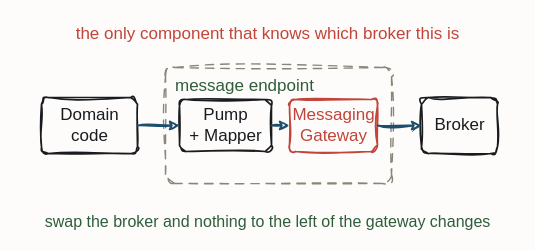
iancooper/practical-messaging keeps this draw.io diagram as resources/eip-messaging-gateway.drawio. Above is the earlier version. Source tidied: cells renumbered, new cells numbered last; positions are measured from the earlier drawing's top-left corner, leaving out a move shared by most shapes. Both pictures are drawn from the tidied source at 100%, with x=0, y=0 at pixel (41, 17).
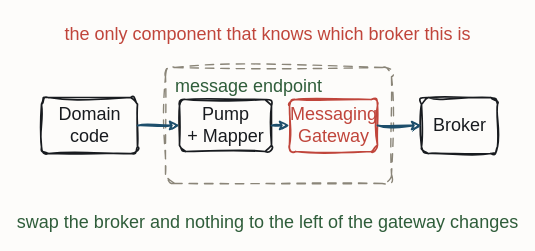
Above is the later version.

Diff of the diagram source:
```diff
@@
 <mxGraphModel background="#FDFCFA">
   <root>
     <mxCell id="0" />
     <mxCell id="1" parent="0" />
-    <mxCell id="2" value="message endpoint" style="sketch=1;hachureGap=4;jiggle=2;curveFitting=1;fontFamily=Caveat;html=1;rounded=1;arcSize=8;verticalAlign=top;align=left;spacingLeft=8;spacingTop=2;fillColor=none;strokeColor=#8A8578;strokeWidth=1.4;fontColor=#2F5D3A;fontSize=17;dashed=1;dashPattern=6 5;" parent="1" vertex="1">
+    <mxCell id="2" value="message endpoint" style="sketch=1;hachureGap=4;jiggle=2;curveFitting=1;fontFamily=Caveat;html=1;rounded=1;arcSize=8;verticalAlign=top;align=left;spacingLeft=8;spacingTop=2;fillColor=none;strokeColor=#8A8578;strokeWidth=1.4;fontColor=#2F5D3A;fontSize=18;dashed=1;dashPattern=6 5;" parent="1" vertex="1">
       <mxGeometry x="124" y="50" width="226" height="116" as="geometry" />
     </mxCell>
-    <mxCell id="3" value="Domain&#10;code" style="sketch=1;hachureGap=4;jiggle=2;curveFitting=1;fontFamily=Caveat;html=1;rounded=1;arcSize=12;strokeColor=#181B1F;strokeWidth=1.7;fillColor=none;fontColor=#181B1F;fontSize=17;" parent="1" vertex="1">
+    <mxCell id="3" value="Domain&#10;code" style="sketch=1;hachureGap=4;jiggle=2;curveFitting=1;fontFamily=Caveat;html=1;rounded=1;arcSize=12;strokeColor=#181B1F;strokeWidth=1.7;fillColor=none;fontColor=#181B1F;fontSize=18;" parent="1" vertex="1">
       <mxGeometry y="80" width="96" height="56" as="geometry" />
     </mxCell>
-    <mxCell id="4" value="Pump&#10;+ Mapper" style="sketch=1;hachureGap=4;jiggle=2;curveFitting=1;fontFamily=Caveat;html=1;rounded=1;arcSize=12;strokeColor=#181B1F;strokeWidth=1.7;fillColor=none;fontColor=#181B1F;fontSize=17;" parent="1" vertex="1">
+    <mxCell id="4" value="Pump&#10;+ Mapper" style="sketch=1;hachureGap=4;jiggle=2;curveFitting=1;fontFamily=Caveat;html=1;rounded=1;arcSize=12;strokeColor=#181B1F;strokeWidth=1.7;fillColor=none;fontColor=#181B1F;fontSize=18;" parent="1" vertex="1">
       <mxGeometry x="138" y="82" width="92" height="52" as="geometry" />
     </mxCell>
-    <mxCell id="5" value="Messaging&#10;Gateway" style="sketch=1;hachureGap=4;jiggle=2;curveFitting=1;fontFamily=Caveat;html=1;rounded=1;arcSize=12;strokeColor=#C0453B;strokeWidth=1.7;fillColor=none;fontColor=#C0453B;fontSize=17;" parent="1" vertex="1">
+    <mxCell id="5" value="Messaging&#10;Gateway" style="sketch=1;hachureGap=4;jiggle=2;curveFitting=1;fontFamily=Caveat;html=1;rounded=1;arcSize=12;strokeColor=#C0453B;strokeWidth=1.7;fillColor=none;fontColor=#C0453B;fontSize=18;" parent="1" vertex="1">
       <mxGeometry x="248" y="82" width="88" height="52" as="geometry" />
     </mxCell>
-    <mxCell id="6" value="Broker" style="sketch=1;hachureGap=4;jiggle=2;curveFitting=1;fontFamily=Caveat;html=1;rounded=1;arcSize=12;strokeColor=#181B1F;strokeWidth=1.7;fillColor=none;fontColor=#181B1F;fontSize=17;" parent="1" vertex="1">
+    <mxCell id="6" value="Broker" style="sketch=1;hachureGap=4;jiggle=2;curveFitting=1;fontFamily=Caveat;html=1;rounded=1;arcSize=12;strokeColor=#181B1F;strokeWidth=1.7;fillColor=none;fontColor=#181B1F;fontSize=18;" parent="1" vertex="1">
       <mxGeometry x="380" y="80" width="76" height="56" as="geometry" />
     </mxCell>
-    <mxCell id="7" value="the only component that knows which broker this is" style="text;html=1;align=center;fontFamily=Caveat;fontSize=17;fontColor=#C0453B;" parent="1" vertex="1">
+    <mxCell id="7" value="the only component that knows which broker this is" style="text;html=1;align=center;fontFamily=Caveat;fontSize=18;fontColor=#C0453B;" parent="1" vertex="1">
       <mxGeometry x="166" width="120" height="20" as="geometry" />
     </mxCell>
-    <mxCell id="8" value="swap the broker and nothing to the left of the gateway changes" style="text;html=1;align=center;fontFamily=Caveat;fontSize=16;fontColor=#2F5D3A;" parent="1" vertex="1">
+    <mxCell id="8" value="swap the broker and nothing to the left of the gateway changes" style="text;html=1;align=center;fontFamily=Caveat;fontSize=18;fontColor=#2F5D3A;" parent="1" vertex="1">
       <mxGeometry x="166" y="188" width="120" height="20" as="geometry" />
     </mxCell>
-    <mxCell id="9" style="sketch=1;jiggle=2;curveFitting=1;edgeStyle=none;rounded=0;strokeColor=#1D4E6B;strokeWidth=1.8;fontFamily=Caveat;fontSize=17;fontColor=#1D4E6B;html=1;exitX=1.0;exitY=0.5;exitDx=0;exitDy=0;entryX=0.0;entryY=0.5;entryDx=0;entryDy=0;" parent="1" edge="1" source="3" target="4">
+    <mxCell id="9" style="sketch=1;jiggle=2;curveFitting=1;edgeStyle=none;rounded=0;strokeColor=#1D4E6B;strokeWidth=1.8;fontFamily=Caveat;fontSize=18;fontColor=#1D4E6B;html=1;exitX=1.0;exitY=0.5;exitDx=0;exitDy=0;entryX=0.0;entryY=0.5;entryDx=0;entryDy=0;" parent="1" edge="1" source="3" target="4">
       <mxGeometry relative="1" as="geometry" />
     </mxCell>
-    <mxCell id="10" style="sketch=1;jiggle=2;curveFitting=1;edgeStyle=none;rounded=0;strokeColor=#1D4E6B;strokeWidth=1.8;fontFamily=Caveat;fontSize=17;fontColor=#1D4E6B;html=1;exitX=1.0;exitY=0.5;exitDx=0;exitDy=0;entryX=0.0;entryY=0.5;entryDx=0;entryDy=0;" parent="1" edge="1" source="4" target="5">
+    <mxCell id="10" style="sketch=1;jiggle=2;curveFitting=1;edgeStyle=none;rounded=0;strokeColor=#1D4E6B;strokeWidth=1.8;fontFamily=Caveat;fontSize=18;fontColor=#1D4E6B;html=1;exitX=1.0;exitY=0.5;exitDx=0;exitDy=0;entryX=0.0;entryY=0.5;entryDx=0;entryDy=0;" parent="1" edge="1" source="4" target="5">
       <mxGeometry relative="1" as="geometry" />
     </mxCell>
-    <mxCell id="11" style="sketch=1;jiggle=2;curveFitting=1;edgeStyle=none;rounded=0;strokeColor=#1D4E6B;strokeWidth=1.8;fontFamily=Caveat;fontSize=17;fontColor=#1D4E6B;html=1;exitX=1.0;exitY=0.5;exitDx=0;exitDy=0;entryX=0.0;entryY=0.5;entryDx=0;entryDy=0;" parent="1" edge="1" source="5" target="6">
+    <mxCell id="11" style="sketch=1;jiggle=2;curveFitting=1;edgeStyle=none;rounded=0;strokeColor=#1D4E6B;strokeWidth=1.8;fontFamily=Caveat;fontSize=18;fontColor=#1D4E6B;html=1;exitX=1.0;exitY=0.5;exitDx=0;exitDy=0;entryX=0.0;entryY=0.5;entryDx=0;entryDy=0;" parent="1" edge="1" source="5" target="6">
       <mxGeometry relative="1" as="geometry" />
     </mxCell>
   </root>
 </mxGraphModel>
```
